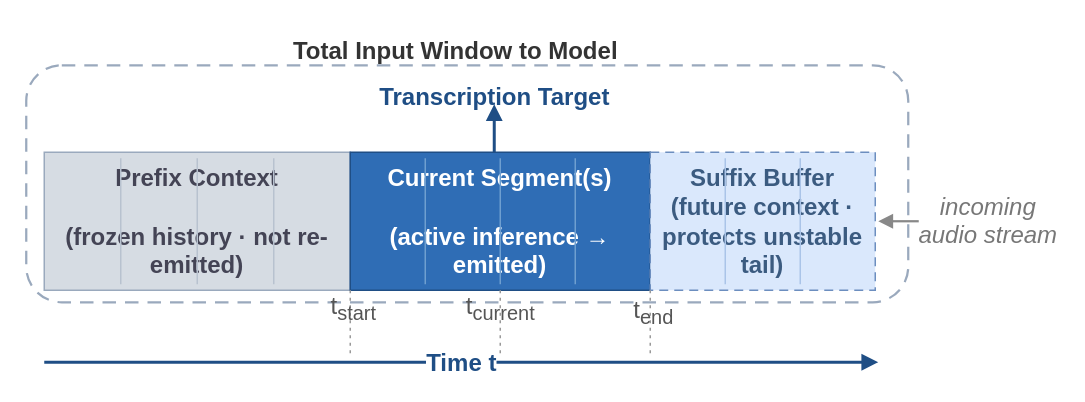
Above: paper/tougao_new/3次调整/attach/drawprompt/pic4.drawio in hua0424/streamllm (draw.io), before the change. Source tidied: cells renumbered, new cells numbered last; positions are measured from the earlier drawing's top-left corner, leaving out a move shared by most shapes. Both pictures are drawn from the tidied source at 150%, with x=0, y=0 at pixel (26, 26).
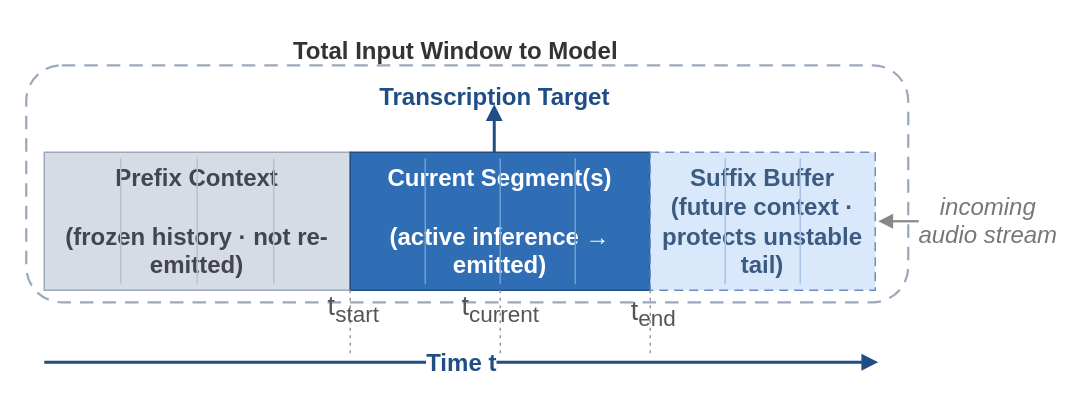
The same page after the edit.

The edit, as a diff of the source:
```diff
@@
-    <mxCell id="22" value="&lt;font style=&quot;font-size: 16px;&quot; face=&quot;Helvetica&quot;&gt;t&lt;sub style=&quot;&quot;&gt;start&lt;/sub&gt;&lt;/font&gt;" style="text;html=1;align=center;fontSize=11;fontColor=#555555;" parent="1" vertex="1">
+    <mxCell id="22" value="&lt;font style=&quot;font-size: 18px;&quot; face=&quot;Helvetica&quot;&gt;t&lt;sub style=&quot;&quot;&gt;start&lt;/sub&gt;&lt;/font&gt;" style="text;html=1;align=center;fontSize=11;fontColor=#555555;" parent="1" vertex="1">
       <mxGeometry x="193" y="170" width="50" height="14" as="geometry" />
     </mxCell>
-    <mxCell id="23" value="&lt;font style=&quot;font-size: 16px;&quot; face=&quot;Helvetica&quot;&gt;t&lt;sub style=&quot;&quot;&gt;current&lt;/sub&gt;&lt;/font&gt;" style="text;html=1;align=center;fontSize=11;fontColor=#555555;" parent="1" vertex="1">
+    <mxCell id="23" value="&lt;font style=&quot;font-size: 18px;&quot; face=&quot;Helvetica&quot;&gt;t&lt;sub style=&quot;&quot;&gt;current&lt;/sub&gt;&lt;/font&gt;" style="text;html=1;align=center;fontSize=11;fontColor=#555555;" parent="1" vertex="1">
       <mxGeometry x="286" y="170" width="60" height="14" as="geometry" />
     </mxCell>
-    <mxCell id="24" value="&lt;font style=&quot;font-size: 16px;&quot; face=&quot;Helvetica&quot;&gt;t&lt;sub style=&quot;&quot;&gt;end&lt;/sub&gt;&lt;/font&gt;" style="text;html=1;align=center;fontSize=11;fontColor=#555555;" parent="1" vertex="1">
+    <mxCell id="24" value="&lt;font style=&quot;font-size: 18px;&quot; face=&quot;Helvetica&quot;&gt;t&lt;sub style=&quot;&quot;&gt;end&lt;/sub&gt;&lt;/font&gt;" style="text;html=1;align=center;fontSize=11;fontColor=#555555;" parent="1" vertex="1">
       <mxGeometry x="393" y="173" width="50" height="14" as="geometry" />
     </mxCell>
```
